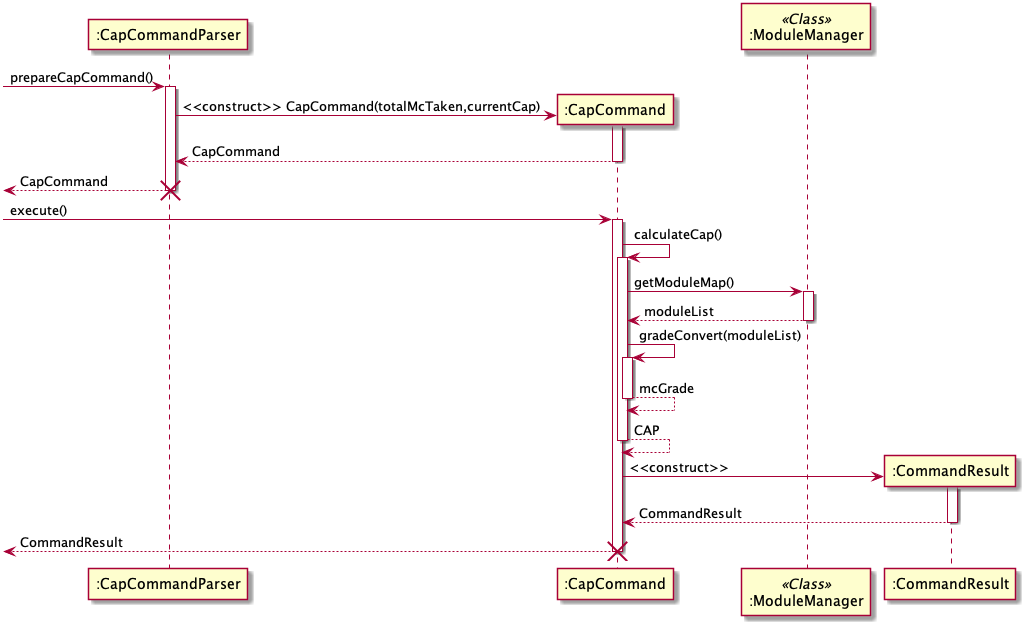
This is docs/diagrams/CapCommandSequenceDiagram.png from wangqinNick/tp, a PlantUML export, as it was before one commit.
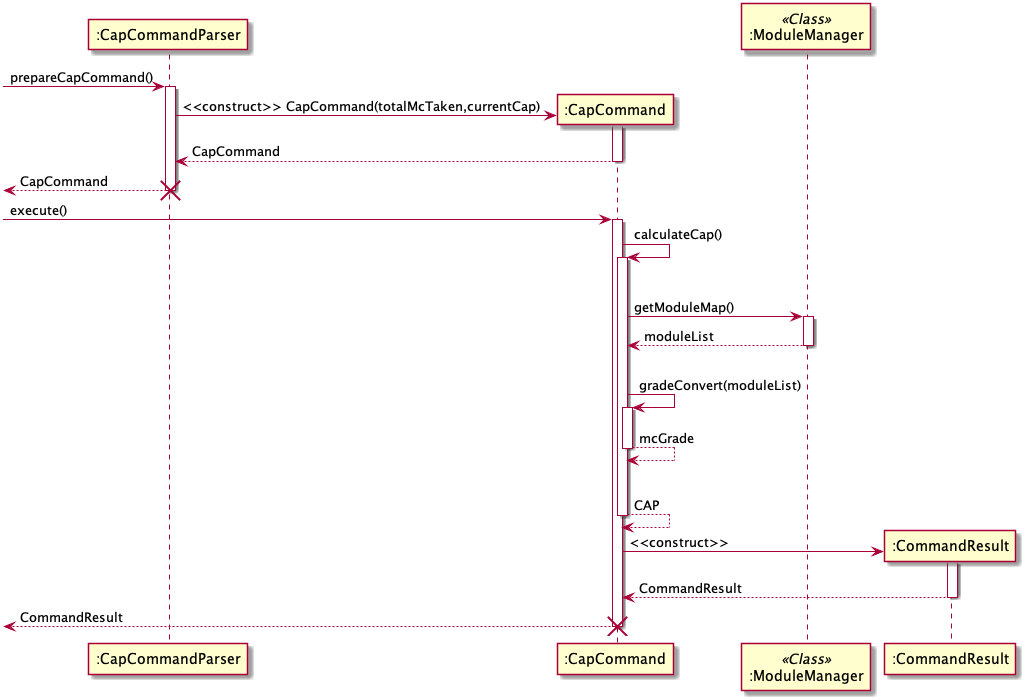
Above is the later version.

Commit message:
Added a bit of spacing to Grade and CAP sequence diagrams

Diff of the diagram source:
```diff
@@ -8,12 +8,14 @@
 
 -> ":CapCommand" ++ : execute()
     ":CapCommand" -> ":CapCommand" ++ : calculateCap()
+        |||
         participant ":ModuleManager" as MM << Class >>
         ":CapCommand" -> MM ++ : getModuleMap()
         return moduleList
-
+        |||
         ":CapCommand" -> ":CapCommand" ++ : gradeConvert(moduleList)
         return mcGrade
+        |||
     return CAP
 
     create ":CommandResult"
```
